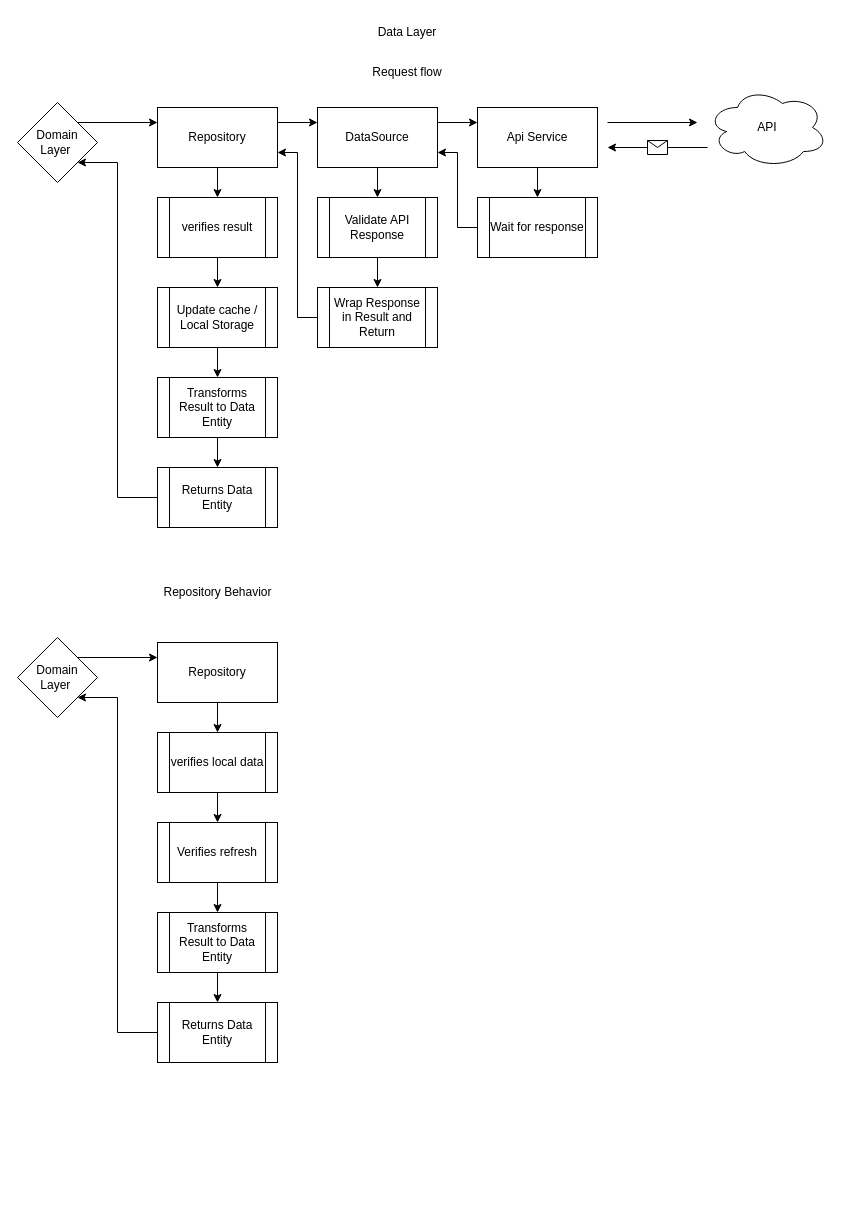
Before: android_data_flow.drawio in driff/AndroidArchTemplate, a draw.io diagram. Source tidied: cells renumbered, new cells numbered last; positions are measured from the earlier drawing's top-left corner, leaving out a move shared by most shapes. Both pictures are drawn from the tidied source at 100%, with x=0, y=0 at pixel (17, 17).
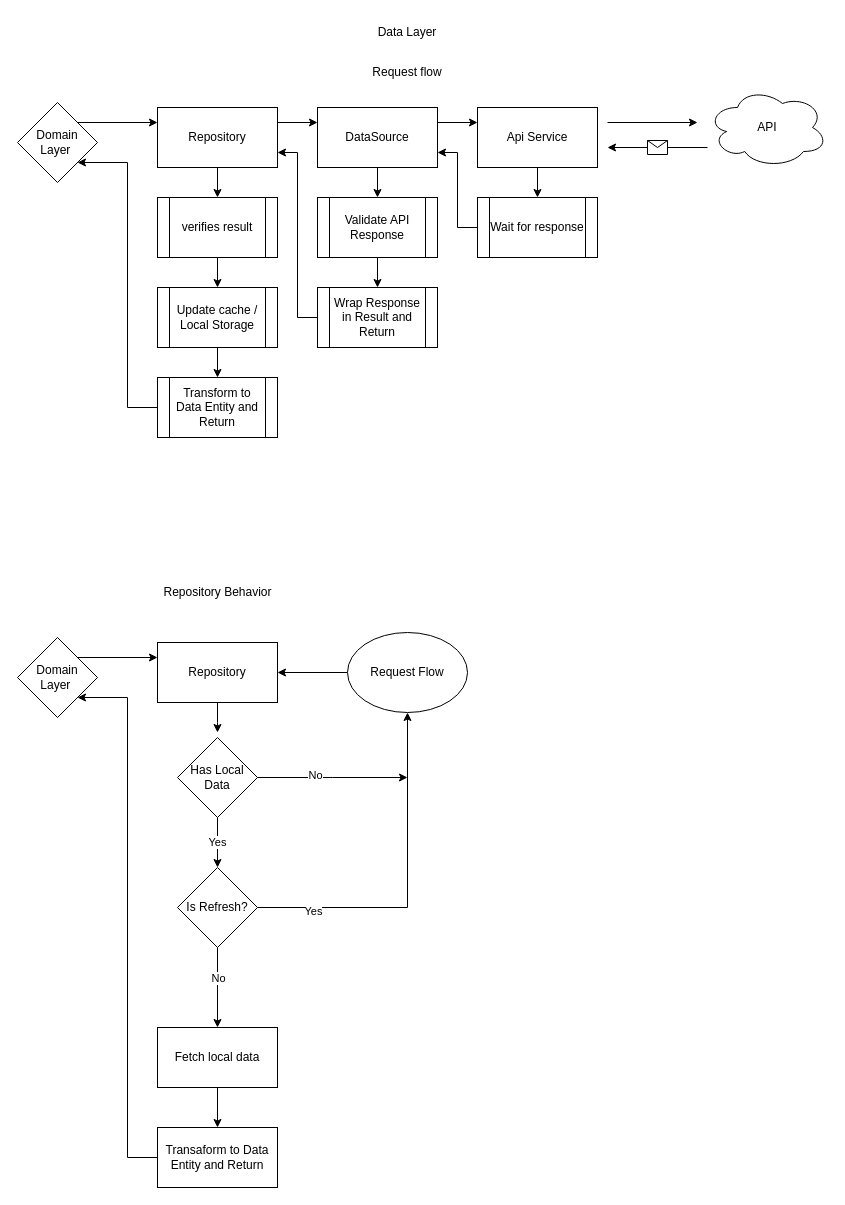
The same page after the edit.

Commit message:
Updated Repository Gral Behavior

Unchanged cells that the change refers to:
```xml
<mxCell id="30" value="Domain Layer&amp;nbsp;" style="rhombus;whiteSpace=wrap;html=1;" parent="1" vertex="1">
  <mxGeometry y="85" width="80" height="80" as="geometry" />
</mxCell>
<mxCell id="33" value="Repository" style="rounded=0;whiteSpace=wrap;html=1;" parent="1" vertex="1">
  <mxGeometry x="140" y="625" width="120" height="60" as="geometry" />
</mxCell>
<mxCell id="43" value="Domain Layer&amp;nbsp;" style="rhombus;whiteSpace=wrap;html=1;" parent="1" vertex="1">
  <mxGeometry y="620" width="80" height="80" as="geometry" />
</mxCell>
```

Diff of the diagram source:
```diff
@@
-    <mxCell id="25" style="edgeStyle=orthogonalEdgeStyle;rounded=0;jettySize=auto;html=1;" parent="1" edge="1" source="26" target="28">
-      <mxGeometry relative="1" as="geometry" />
-    </mxCell>
+    <mxCell id="45" style="edgeStyle=orthogonalEdgeStyle;rounded=0;jettySize=auto;html=1;entryX=1;entryY=1;entryDx=0;entryDy=0;" parent="1" edge="1" source="26" target="30">
+      <mxGeometry relative="1" as="geometry">
+        <Array as="points">
+          <mxPoint x="110" y="390" />
+          <mxPoint x="110" y="145" />
+        </Array>
+      </mxGeometry>
+    </mxCell>
-    <mxCell id="26" value="Transforms Result to Data Entity" style="shape=process;whiteSpace=wrap;html=1;backgroundOutline=1;" parent="1" vertex="1">
+    <mxCell id="26" value="Transform to Data Entity and Return" style="shape=process;whiteSpace=wrap;html=1;backgroundOutline=1;" parent="1" vertex="1">
       <mxGeometry x="140" y="360" width="120" height="60" as="geometry" />
     </mxCell>
-    <mxCell id="27" style="edgeStyle=orthogonalEdgeStyle;rounded=0;jettySize=auto;html=1;exitX=0;exitY=0.5;exitDx=0;exitDy=0;entryX=1;entryY=1;entryDx=0;entryDy=0;" parent="1" edge="1" source="28" target="30">
-      <mxGeometry relative="1" as="geometry">
-        <Array as="points">
-          <mxPoint x="100" y="480" />
-          <mxPoint x="100" y="145" />
-        </Array>
-      </mxGeometry>
-    </mxCell>
-    <mxCell id="28" value="Returns Data Entity" style="shape=process;whiteSpace=wrap;html=1;backgroundOutline=1;" parent="1" vertex="1">
-      <mxGeometry x="140" y="450" width="120" height="60" as="geometry" />
-    </mxCell>
@@
-    <mxCell id="32" style="edgeStyle=orthogonalEdgeStyle;rounded=0;jettySize=auto;html=1;" parent="1" edge="1" source="33" target="35">
-      <mxGeometry relative="1" as="geometry" />
+    <mxCell id="32" style="edgeStyle=orthogonalEdgeStyle;rounded=0;jettySize=auto;html=1;" parent="1" edge="1" source="33">
+      <mxGeometry relative="1" as="geometry">
+        <mxPoint x="200" y="715" as="targetPoint" />
+      </mxGeometry>
     </mxCell>
@@
-    <mxCell id="34" style="edgeStyle=orthogonalEdgeStyle;rounded=0;jettySize=auto;html=1;" parent="1" edge="1" source="35" target="37">
-      <mxGeometry relative="1" as="geometry" />
-    </mxCell>
-    <mxCell id="35" value="verifies local data" style="shape=process;whiteSpace=wrap;html=1;backgroundOutline=1;" parent="1" vertex="1">
-      <mxGeometry x="140" y="715" width="120" height="60" as="geometry" />
-    </mxCell>
-    <mxCell id="36" style="edgeStyle=orthogonalEdgeStyle;rounded=0;jettySize=auto;html=1;" parent="1" edge="1" source="37" target="39">
-      <mxGeometry relative="1" as="geometry" />
-    </mxCell>
-    <mxCell id="37" value="Verifies refresh" style="shape=process;whiteSpace=wrap;html=1;backgroundOutline=1;" parent="1" vertex="1">
-      <mxGeometry x="140" y="805" width="120" height="60" as="geometry" />
-    </mxCell>
-    <mxCell id="38" style="edgeStyle=orthogonalEdgeStyle;rounded=0;jettySize=auto;html=1;" parent="1" edge="1" source="39" target="41">
-      <mxGeometry relative="1" as="geometry" />
-    </mxCell>
-    <mxCell id="39" value="Transforms Result to Data Entity" style="shape=process;whiteSpace=wrap;html=1;backgroundOutline=1;" parent="1" vertex="1">
-      <mxGeometry x="140" y="895" width="120" height="60" as="geometry" />
-    </mxCell>
-    <mxCell id="40" style="edgeStyle=orthogonalEdgeStyle;rounded=0;jettySize=auto;html=1;exitX=0;exitY=0.5;exitDx=0;exitDy=0;entryX=1;entryY=1;entryDx=0;entryDy=0;" parent="1" edge="1" source="41" target="43">
-      <mxGeometry relative="1" as="geometry">
-        <Array as="points">
-          <mxPoint x="100" y="1015" />
-          <mxPoint x="100" y="680" />
-        </Array>
-      </mxGeometry>
-    </mxCell>
-    <mxCell id="41" value="Returns Data Entity" style="shape=process;whiteSpace=wrap;html=1;backgroundOutline=1;" parent="1" vertex="1">
-      <mxGeometry x="140" y="985" width="120" height="60" as="geometry" />
-    </mxCell>
@@
+    <mxCell id="46" value="Yes" style="edgeStyle=orthogonalEdgeStyle;rounded=0;jettySize=auto;html=1;" parent="1" edge="1" source="49">
+      <mxGeometry relative="1" as="geometry">
+        <mxPoint x="200" y="850" as="targetPoint" />
+      </mxGeometry>
+    </mxCell>
+    <mxCell id="47" style="edgeStyle=orthogonalEdgeStyle;rounded=0;jettySize=auto;html=1;" parent="1" edge="1" source="49">
+      <mxGeometry relative="1" as="geometry">
+        <mxPoint x="390" y="760" as="targetPoint" />
+      </mxGeometry>
+    </mxCell>
+    <mxCell id="48" value="No" style="edgeLabel;html=1;align=center;verticalAlign=middle;" parent="47" vertex="1">
+      <mxGeometry x="-0.24" y="4" relative="1" as="geometry">
+        <mxPoint y="1" as="offset" />
+      </mxGeometry>
+    </mxCell>
+    <mxCell id="49" value="Has Local Data" style="rhombus;whiteSpace=wrap;html=1;" parent="1" vertex="1">
+      <mxGeometry x="160" y="720" width="80" height="80" as="geometry" />
+    </mxCell>
+    <mxCell id="50" style="edgeStyle=orthogonalEdgeStyle;rounded=0;jettySize=auto;html=1;entryX=0.5;entryY=1;entryDx=0;entryDy=0;" parent="1" edge="1" source="54" target="56">
+      <mxGeometry relative="1" as="geometry" />
+    </mxCell>
+    <mxCell id="51" value="Yes" style="edgeLabel;html=1;align=center;verticalAlign=middle;" parent="50" vertex="1">
+      <mxGeometry x="-0.68" y="-2" relative="1" as="geometry">
+        <mxPoint y="1" as="offset" />
+      </mxGeometry>
+    </mxCell>
+    <mxCell id="52" style="edgeStyle=orthogonalEdgeStyle;rounded=0;jettySize=auto;html=1;" parent="1" edge="1" source="54" target="58">
+      <mxGeometry relative="1" as="geometry" />
+    </mxCell>
+    <mxCell id="53" value="No" style="edgeLabel;html=1;align=center;verticalAlign=middle;" parent="52" vertex="1">
+      <mxGeometry x="0.05" y="1" relative="1" as="geometry">
+        <mxPoint x="-1" y="-12" as="offset" />
+      </mxGeometry>
+    </mxCell>
+    <mxCell id="54" value="Is Refresh?" style="rhombus;whiteSpace=wrap;html=1;" parent="1" vertex="1">
+      <mxGeometry x="160" y="850" width="80" height="80" as="geometry" />
+    </mxCell>
+    <mxCell id="55" style="edgeStyle=orthogonalEdgeStyle;rounded=0;jettySize=auto;html=1;entryX=1;entryY=0.5;entryDx=0;entryDy=0;" parent="1" edge="1" source="56" target="33">
+      <mxGeometry relative="1" as="geometry" />
+    </mxCell>
+    <mxCell id="56" value="Request Flow" style="ellipse;whiteSpace=wrap;html=1;" parent="1" vertex="1">
+      <mxGeometry x="330" y="615" width="120" height="80" as="geometry" />
+    </mxCell>
+    <mxCell id="57" style="edgeStyle=orthogonalEdgeStyle;rounded=0;jettySize=auto;html=1;" parent="1" edge="1" source="58" target="60">
+      <mxGeometry relative="1" as="geometry" />
+    </mxCell>
+    <mxCell id="58" value="Fetch local data" style="whiteSpace=wrap;html=1;" parent="1" vertex="1">
+      <mxGeometry x="140" y="1010" width="120" height="60" as="geometry" />
+    </mxCell>
+    <mxCell id="59" style="edgeStyle=orthogonalEdgeStyle;rounded=0;jettySize=auto;html=1;entryX=1;entryY=1;entryDx=0;entryDy=0;" parent="1" edge="1" source="60" target="43">
+      <mxGeometry relative="1" as="geometry">
+        <Array as="points">
+          <mxPoint x="110" y="1140" />
+          <mxPoint x="110" y="680" />
+        </Array>
+      </mxGeometry>
+    </mxCell>
+    <mxCell id="60" value="Transaform to Data Entity and Return" style="whiteSpace=wrap;html=1;" parent="1" vertex="1">
+      <mxGeometry x="140" y="1110" width="120" height="60" as="geometry" />
+    </mxCell>
```
